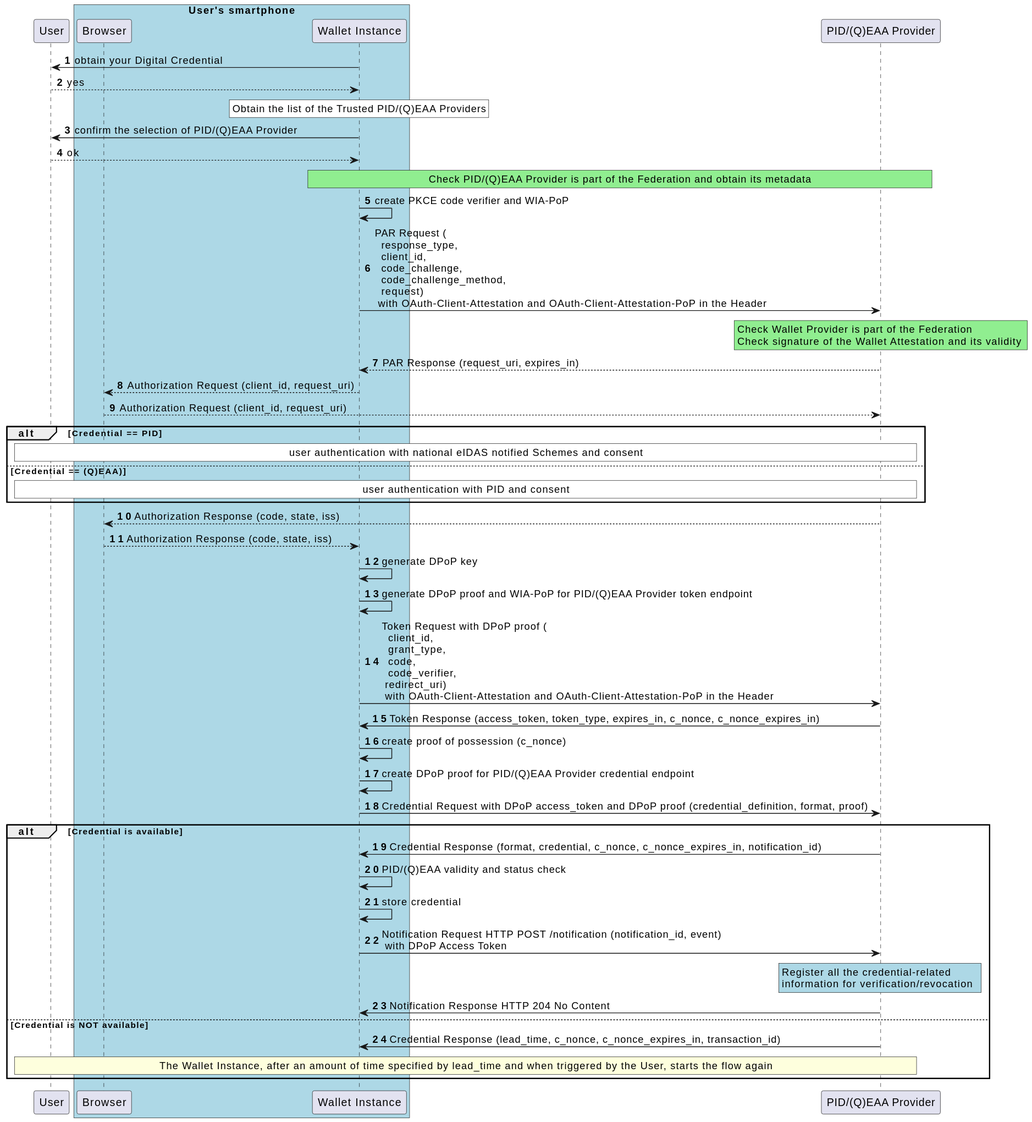
Before: images/Low-Level-Flow-ITWallet-PID-QEAA-Issuance.svg, a diagram exported from PlantUML (italia/eid-wallet-it-docs).
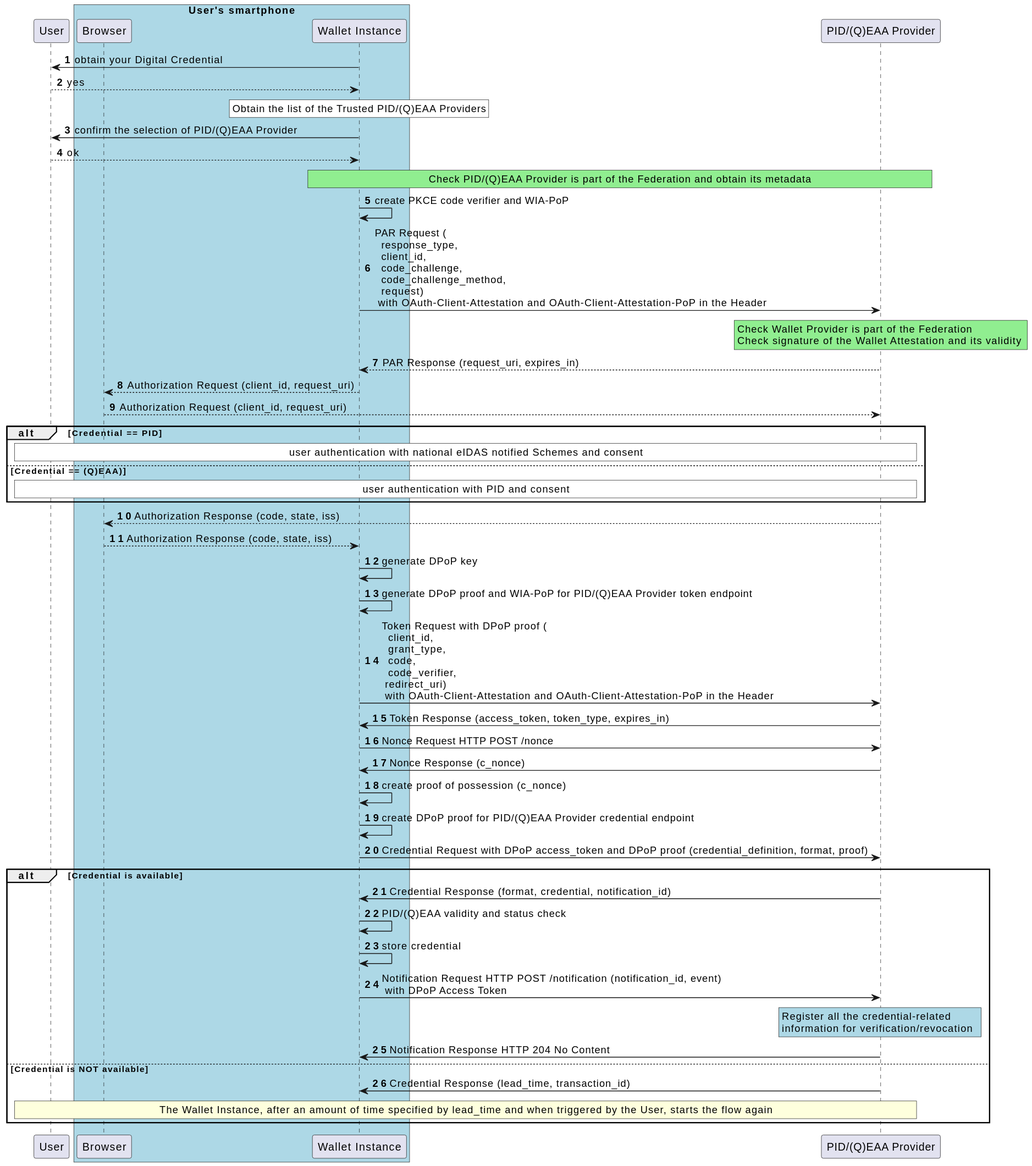
The same file after the commit.

What changed in the source:
```diff
@@ -62,7 +62,11 @@
 
 w -> i : Token Request with DPoP proof (\n  client_id,\n  grant_type,\n  code,\n  code_verifier,\n redirect_uri) \n with OAuth-Client-Attestation and OAuth-Client-Attestation-PoP in the Header
 
-i -> w : Token Response (access_token, token_type, expires_in, c_nonce, c_nonce_expires_in)
+i -> w : Token Response (access_token, token_type, expires_in)
+
+w -> i : Nonce Request HTTP POST /nonce
+
+i -> w : Nonce Response (c_nonce)
 
 w -> w : create proof of possession (c_nonce)
 
@@ -73,7 +77,7 @@
 alt Credential is available
 
 
-i -> w : Credential Response (format, credential, c_nonce, c_nonce_expires_in, notification_id)
+i -> w : Credential Response (format, credential, notification_id)
 
 w -> w : PID/(Q)EAA validity and status check
 
@@ -89,7 +93,7 @@
 i -> w : Notification Response HTTP 204 No Content
 
 else Credential is NOT available
-i -> w : Credential Response (lead_time, c_nonce, c_nonce_expires_in, transaction_id)
+i -> w : Credential Response (lead_time, transaction_id)
 rnote over u,i
 The Wallet Instance, after an amount of time specified by lead_time and when triggered by the User, starts the flow again
 endrnote
```
